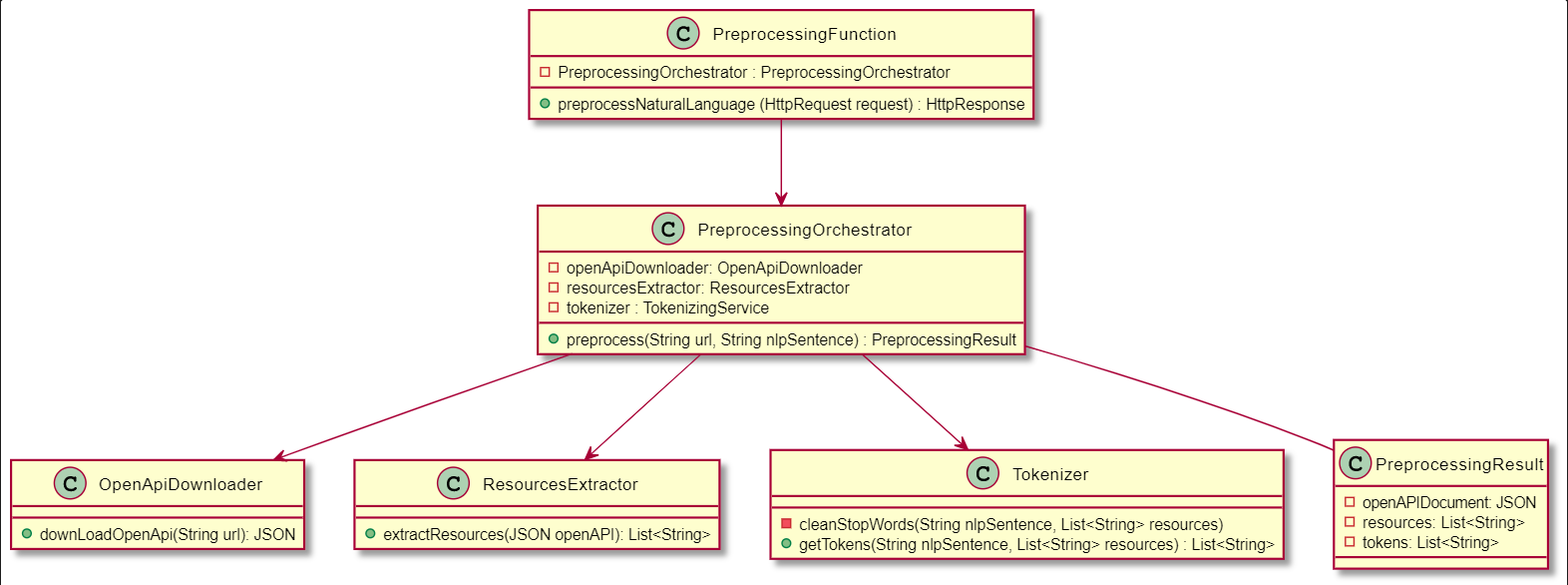
The PlantUML diagram docs/diagrams/uml-preprocessing.png in Roxanica123/WADe-RAT, before a commit. Its source is kept beside it as docs/diagrams/uml-preprocessing.puml. Its diagram source:
```plantuml
@startuml Preprocessing API

class OpenApiDownloader{
    +downLoadOpenApi(String url): JSON
}

class ResourcesExtractor{
    +extractResources(JSON openAPI): List<String>
}

class Tokenizer{
    -cleanStopWords(String nlpSentence, List<String> resources)
    +getTokens(String nlpSentence, List<String> resources) : List<String>
}
class PreprocessingOrchestrator {
    -openApiDownloader: OpenApiDownloader
    -resourcesExtractor: ResourcesExtractor
    -tokenizer : TokenizingService
    +preprocess(String url, String nlpSentence) : PreprocessingResult
}

class PreprocessingFunction {
	-PreprocessingOrchestrator : PreprocessingOrchestrator
	+preprocessNaturalLanguage (HttpRequest request) : HttpResponse
}

class PreprocessingResult{
    -openAPIDocument: JSON
    -resources: List<String>
    -tokens: List<String>
}

PreprocessingFunction --> PreprocessingOrchestrator
PreprocessingOrchestrator --> OpenApiDownloader
PreprocessingOrchestrator --> ResourcesExtractor
PreprocessingOrchestrator --> Tokenizer
PreprocessingOrchestrator -- PreprocessingResult
@enduml
```
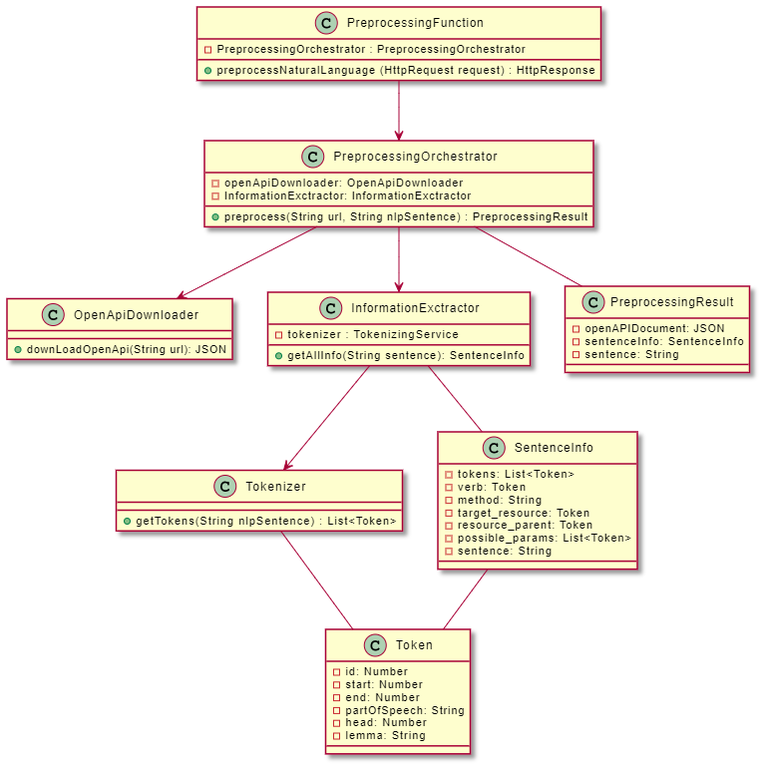
Above is the later version.

The edit, as a diff of the source:
```diff
@@ -4,18 +4,13 @@
     +downLoadOpenApi(String url): JSON
 }
 
-class ResourcesExtractor{
-    +extractResources(JSON openAPI): List<String>
+class Tokenizer{
+    +getTokens(String nlpSentence) : List<Token>
 }
 
-class Tokenizer{
-    -cleanStopWords(String nlpSentence, List<String> resources)
-    +getTokens(String nlpSentence, List<String> resources) : List<String>
-}
 class PreprocessingOrchestrator {
     -openApiDownloader: OpenApiDownloader
-    -resourcesExtractor: ResourcesExtractor
-    -tokenizer : TokenizingService
+    -InformationExctractor: InformationExctractor
     +preprocess(String url, String nlpSentence) : PreprocessingResult
 }
 
@@ -24,15 +19,43 @@
 	+preprocessNaturalLanguage (HttpRequest request) : HttpResponse
 }
 
+class InformationExctractor{
+    -tokenizer : TokenizingService
+    +getAllInfo(String sentence): SentenceInfo
+}
+
 class PreprocessingResult{
     -openAPIDocument: JSON
-    -resources: List<String>
-    -tokens: List<String>
+    -sentenceInfo: SentenceInfo
+    -sentence: String
+}
+
+class SentenceInfo{
+    -tokens: List<Token>
+    -verb: Token
+    -method: String
+    -target_resource: Token
+    -resource_parent: Token
+    -possible_params: List<Token>
+    -sentence: String
+}
+
+class Token{
+    -id: Number
+    -start: Number
+    -end: Number
+    -partOfSpeech: String
+    -head: Number
+    -lemma: String
 }
 
 PreprocessingFunction --> PreprocessingOrchestrator
+
 PreprocessingOrchestrator --> OpenApiDownloader
-PreprocessingOrchestrator --> ResourcesExtractor
-PreprocessingOrchestrator --> Tokenizer
+PreprocessingOrchestrator --> InformationExctractor
 PreprocessingOrchestrator -- PreprocessingResult
+InformationExctractor --> Tokenizer
+InformationExctractor -- SentenceInfo
+Tokenizer -- Token
+SentenceInfo -- Token
 @enduml
```
